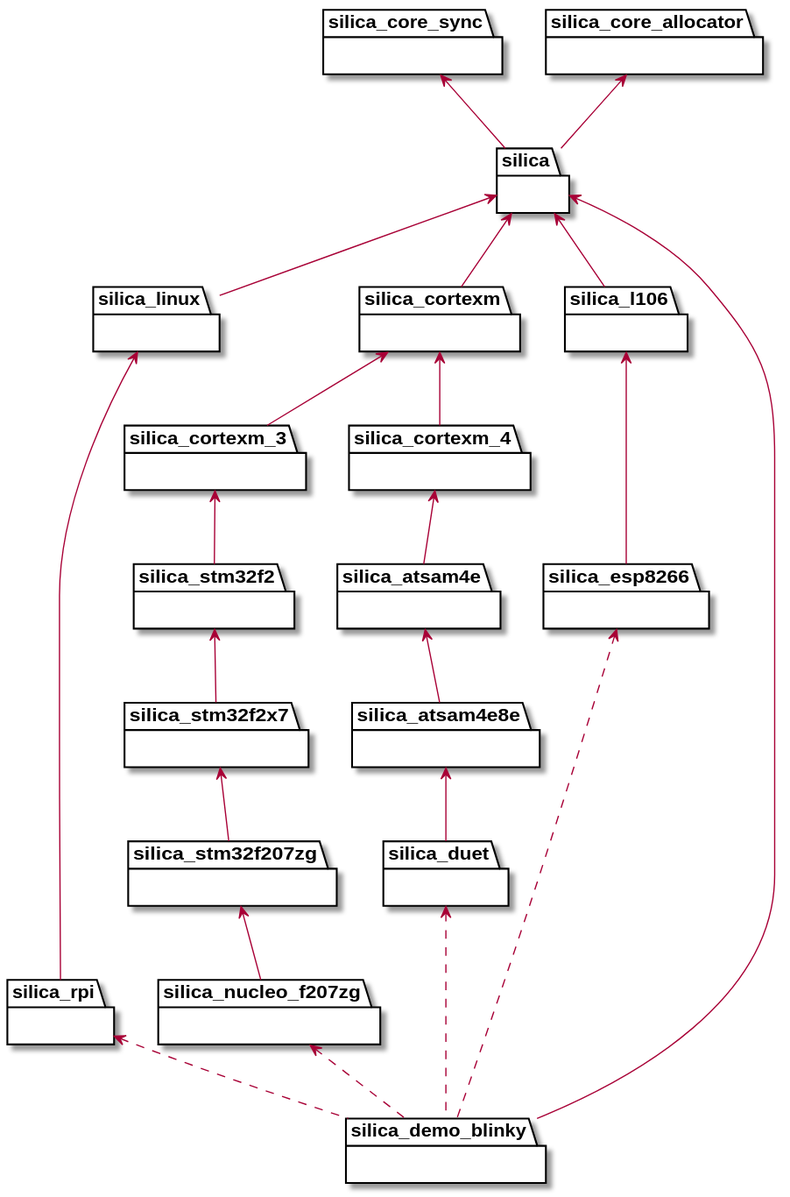
This is assets/img/framework-structure.svg from ithinuel/ithinuel, a PlantUML export, as it was before one commit. The source it was exported from:
```plantuml
@startuml
package silica_linux {}
package silica_rpi {}
package silica_core_sync {}
package silica_core_allocator {}
package silica {}
package silica_cortexm {}
package silica_cortexm_3 {}
package silica_cortexm_4 {}
package silica_stm32f2 {}
package silica_stm32f2x7 {}
package silica_stm32f207zg {}
package silica_nucleo_f207zg {}
package silica_atsam4e {}
package silica_atsam4e8e {}
package silica_l106 {}
package silica_esp8266 {}
package silica_duet {}


silica_core_allocator <-- silica
silica_core_sync <-- silica

silica <-- silica_cortexm
silica <-- silica_linux
silica <-- silica_l106

silica_linux <-- silica_rpi

silica_cortexm <-- silica_cortexm_3
silica_cortexm <-- silica_cortexm_4

silica_cortexm_3 <-- silica_stm32f2

silica_cortexm_4 <-- silica_atsam4e

silica_stm32f2 <-- silica_stm32f2x7
silica_stm32f2x7 <-- silica_stm32f207zg
silica_stm32f207zg <-- silica_nucleo_f207zg

silica_atsam4e <-- silica_atsam4e8e
silica_atsam4e8e <-- silica_duet

silica_l106 <-- silica_esp8266

package silica_demo_blinky {}
silica <-- silica_demo_blinky
silica_nucleo_f207zg <.. silica_demo_blinky
silica_duet <.. silica_demo_blinky
silica_esp8266 <.. silica_demo_blinky
silica_rpi <.. silica_demo_blinky
@enduml
```
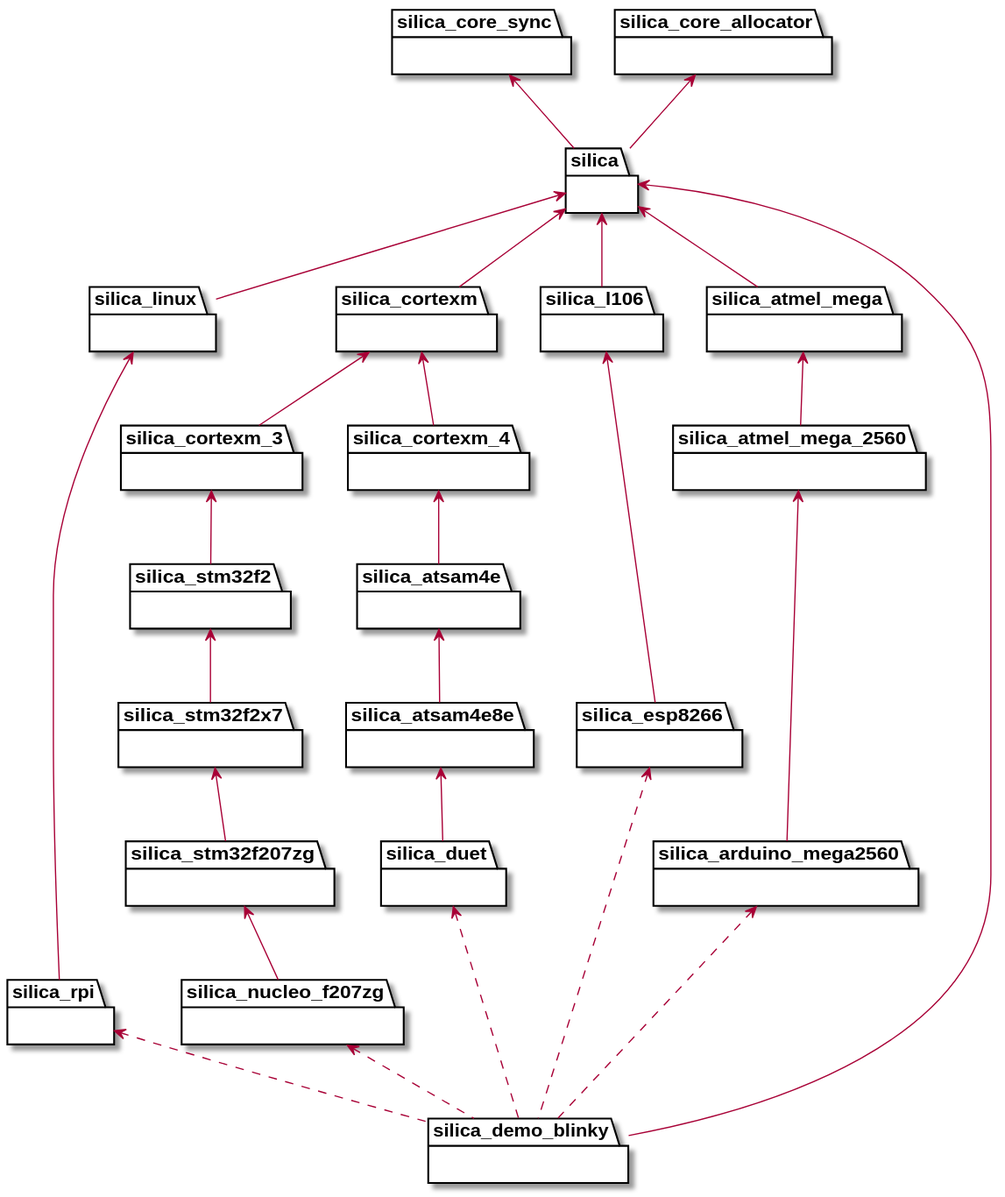
The same diagram one commit later.

Commit message:
continue writing `framework-structure`'s article & update the associated diagram

What changed in the source:
```diff
@@ -16,6 +16,9 @@
 package silica_l106 {}
 package silica_esp8266 {}
 package silica_duet {}
+package silica_atmel_mega {}
+package silica_atmel_mega_2560 {}
+package silica_arduino_mega2560 {}
 
 
 silica_core_allocator <-- silica
@@ -43,10 +46,15 @@
 
 silica_l106 <-- silica_esp8266
 
+silica <-- silica_atmel_mega
+silica_atmel_mega <-- silica_atmel_mega_2560
+silica_atmel_mega_2560 <-- silica_arduino_mega2560
+
 package silica_demo_blinky {}
 silica <-- silica_demo_blinky
 silica_nucleo_f207zg <.. silica_demo_blinky
 silica_duet <.. silica_demo_blinky
 silica_esp8266 <.. silica_demo_blinky
 silica_rpi <.. silica_demo_blinky
+silica_arduino_mega2560 <.. silica_demo_blinky
 @enduml
```
